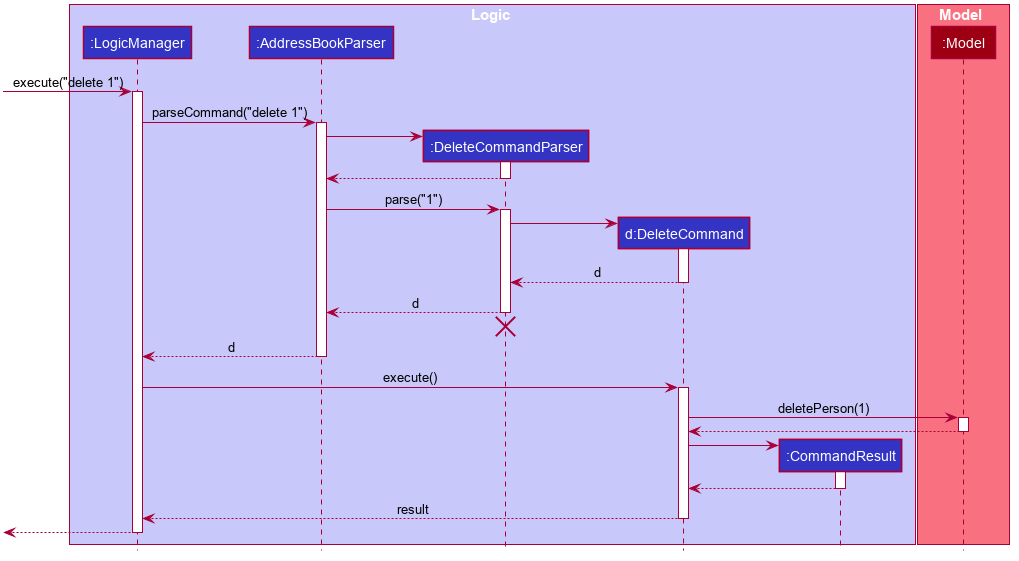
The PlantUML diagram docs/images/DeleteSequenceDiagram.png in nus-cs2103-AY2223S2/tp, before a commit.
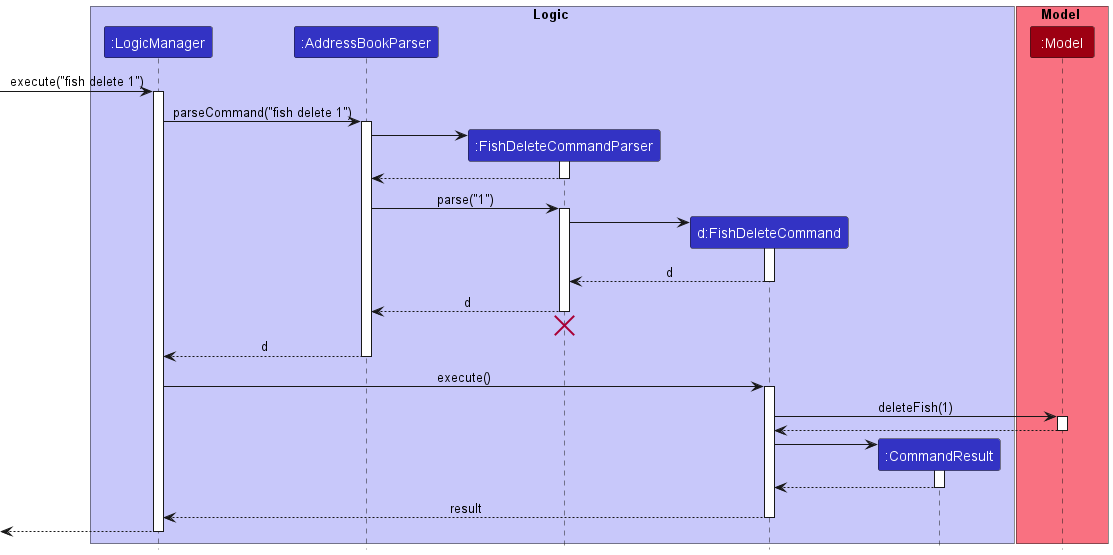
After the commit.

Change to the diagram source:
```diff
@@ -1,114 +1,67 @@
 @startuml
+!include style.puml
 
-
-
-
-
-
-
-
-skinparam BackgroundColor #FFFFFFF
-
-skinparam Shadowing false
-
-skinparam Class {
-    FontColor #FFFFFF
-    BorderThickness 1
-    BorderColor #FFFFFF
-    StereotypeFontColor #FFFFFF
-    FontName Arial
-}
-
-skinparam Actor {
-    BorderColor #000000
-    Color #000000
-    FontName Arial
-}
-
-skinparam Sequence {
-    MessageAlign center
-    BoxFontSize 15
-    BoxPadding 0
-    BoxFontColor #FFFFFF
-    FontName Arial
-}
-
-skinparam Participant {
-    FontColor #FFFFFFF
-    Padding 20
-}
-
-skinparam MinClassWidth 50
-skinparam ParticipantPadding 10
-skinparam Shadowing false
-skinparam DefaultTextAlignment center
-skinparam packageStyle Rectangle
-
-hide footbox
-hide members
-hide circle
-
-box Logic #C8C8FA
-participant ":LogicManager" as LogicManager #3333C4
-participant ":AddressBookParser" as AddressBookParser #3333C4
-participant ":DeleteCommandParser" as DeleteCommandParser #3333C4
-participant "d:DeleteCommand" as DeleteCommand #3333C4
-participant ":CommandResult" as CommandResult #3333C4
+box Logic LOGIC_COLOR_T1
+participant ":LogicManager" as LogicManager LOGIC_COLOR
+participant ":AddressBookParser" as AddressBookParser LOGIC_COLOR
+participant ":FishDeleteCommandParser" as FishDeleteCommandParser LOGIC_COLOR
+participant "d:FishDeleteCommand" as FishDeleteCommand LOGIC_COLOR
+participant ":CommandResult" as CommandResult LOGIC_COLOR
 end box
 
-box Model #F97181
-participant ":Model" as Model #9D0012
+box Model MODEL_COLOR_T1
+participant ":Model" as Model MODEL_COLOR
 end box
 
-[-> LogicManager : execute("delete 1")
+[-> LogicManager : execute("fish delete 1")
 activate LogicManager
 
-LogicManager -> AddressBookParser : parseCommand("delete 1")
+LogicManager -> AddressBookParser : parseCommand("fish delete 1")
 activate AddressBookParser
 
-create DeleteCommandParser
-AddressBookParser -> DeleteCommandParser
-activate DeleteCommandParser
+create FishDeleteCommandParser
+AddressBookParser -> FishDeleteCommandParser
+activate FishDeleteCommandParser
 
-DeleteCommandParser --> AddressBookParser
-deactivate DeleteCommandParser
+FishDeleteCommandParser --> AddressBookParser
+deactivate FishDeleteCommandParser
 
-AddressBookParser -> DeleteCommandParser : parse("1")
-activate DeleteCommandParser
+AddressBookParser -> FishDeleteCommandParser : parse("1")
+activate FishDeleteCommandParser
 
-create DeleteCommand
-DeleteCommandParser -> DeleteCommand
-activate DeleteCommand
+create FishDeleteCommand
+FishDeleteCommandParser -> FishDeleteCommand
+activate FishDeleteCommand
 
-DeleteCommand --> DeleteCommandParser : d
-deactivate DeleteCommand
+FishDeleteCommand --> FishDeleteCommandParser : d
+deactivate FishDeleteCommand
 
-DeleteCommandParser --> AddressBookParser : d
-deactivate DeleteCommandParser
-DeleteCommandParser -[hidden]-> AddressBookParser
-destroy DeleteCommandParser
+FishDeleteCommandParser --> AddressBookParser : d
+deactivate FishDeleteCommandParser
+FishDeleteCommandParser -[hidden]-> AddressBookParser
+destroy FishDeleteCommandParser
 
 AddressBookParser --> LogicManager : d
 deactivate AddressBookParser
 
-LogicManager -> DeleteCommand : execute()
-activate DeleteCommand
+LogicManager -> FishDeleteCommand : execute()
+activate FishDeleteCommand
 
-DeleteCommand -> Model : deletePerson(1)
+FishDeleteCommand -> Model : deleteFish(1)
 activate Model
 
-Model --> DeleteCommand
+Model --> FishDeleteCommand
 deactivate Model
 
 create CommandResult
-DeleteCommand -> CommandResult
+FishDeleteCommand -> CommandResult
 activate CommandResult
 
-CommandResult --> DeleteCommand
+CommandResult --> FishDeleteCommand
 deactivate CommandResult
 
-DeleteCommand --> LogicManager : result
-deactivate DeleteCommand
+FishDeleteCommand --> LogicManager : result
+deactivate FishDeleteCommand
 
 [<--LogicManager
 deactivate LogicManager
```
